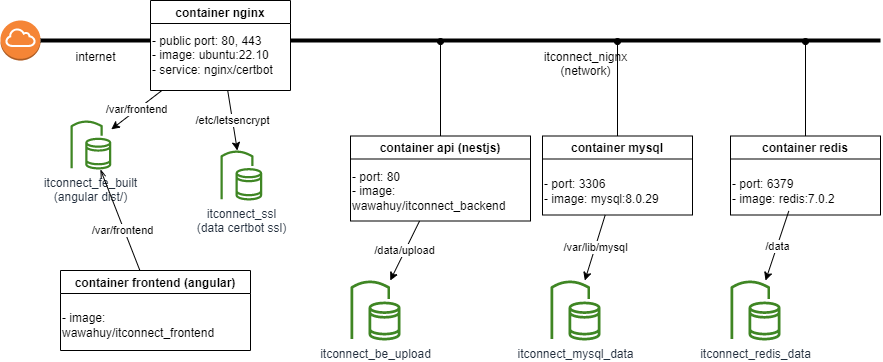
Earlier version of the draw.io export documents/net.png (huytd-it/itconnect.pw). Source tidied: cells renumbered, new cells last; positions are measured from the earlier drawing's top-left corner, leaving out a move shared by most shapes.
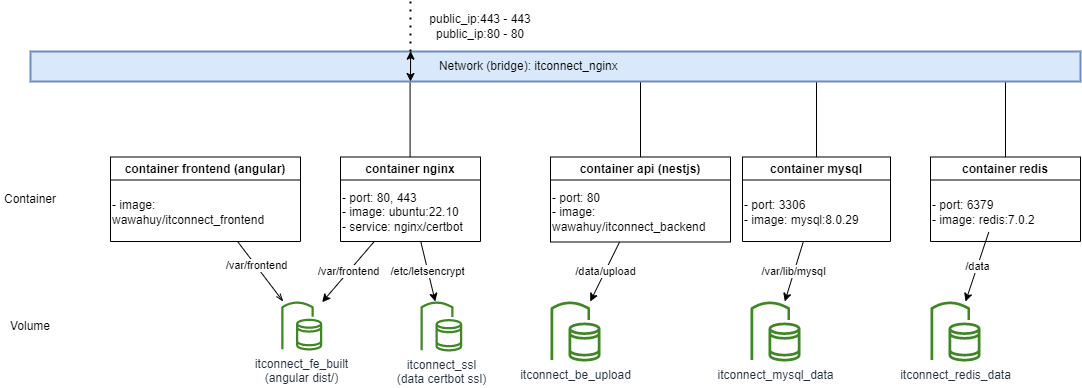
Later version of the same file.

Change to the diagram source:
```diff
@@ -2,38 +2,31 @@
   <root>
     <mxCell id="0" />
     <mxCell id="1" parent="0" />
-    <mxCell id="2" style="dashed=0;verticalLabelPosition=bottom;verticalAlign=top;align=center;html=1;shape=mxgraph.aws3.internet_gateway;fillColor=#F58536;gradientColor=none;" parent="1" vertex="1">
-      <mxGeometry y="20" width="40" height="40" as="geometry" />
-    </mxCell>
     <mxCell id="3" value="itconnect_ssl&lt;br&gt;(data certbot ssl)" style="sketch=0;outlineConnect=0;fontColor=#232F3E;gradientColor=none;fillColor=#3F8624;strokeColor=none;dashed=0;verticalLabelPosition=bottom;verticalAlign=top;align=center;html=1;fontSize=12;fontStyle=0;shape=mxgraph.aws4.volume_gateway;" parent="1" vertex="1">
-      <mxGeometry x="220" y="150" width="41.7" height="50" as="geometry" />
+      <mxGeometry x="220" y="280" width="41.7" height="50" as="geometry" />
     </mxCell>
     <mxCell id="4" value="/etc/letsencrypt" style="edgeStyle=none;rounded=0;jettySize=auto;html=1;" parent="1" edge="1" source="5" target="3">
       <mxGeometry relative="1" as="geometry" />
     </mxCell>
     <mxCell id="5" value="container nginx" style="swimlane;" parent="1" vertex="1">
-      <mxGeometry x="150" width="140" height="90" as="geometry" />
+      <mxGeometry x="140" y="135.5" width="140" height="84.5" as="geometry" />
     </mxCell>
-    <mxCell id="6" value="internet" style="line;strokeWidth=4;html=1;perimeter=backbonePerimeter;" parent="5" vertex="1">
-      <mxGeometry x="-110" y="35" width="110" height="10" as="geometry" />
-    </mxCell>
-    <mxCell id="7" value="- public port: 80, 443&lt;br&gt;- image: ubuntu:22.10&lt;br&gt;- service: nginx/certbot" style="text;html=1;align=left;verticalAlign=middle;strokeColor=none;fillColor=none;" parent="5" vertex="1">
+    <mxCell id="7" value="- port: 80, 443&lt;br&gt;- image: ubuntu:22.10&lt;br&gt;- service: nginx/certbot" style="text;html=1;align=left;verticalAlign=middle;strokeColor=none;fillColor=none;" parent="5" vertex="1">
       <mxGeometry y="25" width="140" height="60" as="geometry" />
     </mxCell>
     <mxCell id="8" value="itconnect_fe_built&lt;br&gt;(angular dist/)" style="sketch=0;outlineConnect=0;fontColor=#232F3E;gradientColor=none;fillColor=#3F8624;strokeColor=none;dashed=0;verticalLabelPosition=bottom;verticalAlign=top;align=center;html=1;fontSize=12;fontStyle=0;shape=mxgraph.aws4.volume_gateway;" parent="1" vertex="1">
-      <mxGeometry x="70" y="120" width="40.8" height="49" as="geometry" />
+      <mxGeometry x="80.8" y="280" width="40.8" height="49" as="geometry" />
     </mxCell>
     <mxCell id="9" value="/var/frontend" style="rounded=0;jettySize=auto;html=1;" parent="1" edge="1" source="5" target="8">
       <mxGeometry relative="1" as="geometry" />
     </mxCell>
-    <mxCell id="10" value="itconnect_nignx&lt;br&gt;(network)" style="line;strokeWidth=4;html=1;perimeter=backbonePerimeter;points=[];outlineConnect=0;" parent="1" vertex="1">
-      <mxGeometry x="290" y="35" width="590" height="10" as="geometry" />
-    </mxCell>
     <mxCell id="11" value="/data/upload" style="edgeStyle=none;rounded=0;jettySize=auto;html=1;" parent="1" edge="1" source="13" target="15">
       <mxGeometry relative="1" as="geometry" />
     </mxCell>
-    <mxCell id="12" style="edgeStyle=none;rounded=0;jettySize=auto;html=1;endArrow=oval;endFill=1;" parent="1" edge="1" source="13" target="10">
-      <mxGeometry relative="1" as="geometry" />
+    <mxCell id="12" style="edgeStyle=none;rounded=0;jettySize=auto;html=1;endArrow=oval;endFill=1;" parent="1" edge="1" source="13">
+      <mxGeometry relative="1" as="geometry">
+        <mxPoint x="440" y="40.9" as="targetPoint" />
+      </mxGeometry>
     </mxCell>
     <mxCell id="13" value="container api (nestjs)" style="swimlane;" parent="1" vertex="1">
       <mxGeometry x="350" y="135.5" width="180" height="85" as="geometry" />
@@ -44,14 +37,16 @@
     <mxCell id="15" value="itconnect_be_upload" style="sketch=0;outlineConnect=0;fontColor=#232F3E;gradientColor=none;fillColor=#3F8624;strokeColor=none;dashed=0;verticalLabelPosition=bottom;verticalAlign=top;align=center;html=1;fontSize=12;fontStyle=0;shape=mxgraph.aws4.volume_gateway;" parent="1" vertex="1">
       <mxGeometry x="350" y="280" width="50" height="60" as="geometry" />
     </mxCell>
-    <mxCell id="16" style="edgeStyle=none;rounded=0;jettySize=auto;html=1;endArrow=oval;endFill=1;" parent="1" edge="1" source="18" target="10">
-      <mxGeometry relative="1" as="geometry" />
+    <mxCell id="16" style="edgeStyle=none;rounded=0;jettySize=auto;html=1;endArrow=oval;endFill=1;" parent="1" edge="1" source="18">
+      <mxGeometry relative="1" as="geometry">
+        <mxPoint x="616" y="40.9" as="targetPoint" />
+      </mxGeometry>
     </mxCell>
     <mxCell id="17" value="/var/lib/mysql" style="edgeStyle=none;rounded=0;jettySize=auto;html=1;endArrow=classic;endFill=1;" parent="1" edge="1" source="18" target="20">
       <mxGeometry relative="1" as="geometry" />
     </mxCell>
     <mxCell id="18" value="container mysql" style="swimlane;" parent="1" vertex="1">
-      <mxGeometry x="542" y="135.5" width="150" height="79" as="geometry" />
+      <mxGeometry x="542" y="135.5" width="148" height="84.5" as="geometry" />
     </mxCell>
     <mxCell id="19" value="- port: 3306&lt;br&gt;- image: mysql:8.0.29" style="text;html=1;align=left;verticalAlign=middle;strokeColor=none;fillColor=none;" parent="18" vertex="1">
       <mxGeometry y="35" width="140" height="40" as="geometry" />
@@ -59,11 +54,13 @@
     <mxCell id="20" value="itconnect_mysql_data" style="sketch=0;outlineConnect=0;fontColor=#232F3E;gradientColor=none;fillColor=#3F8624;strokeColor=none;dashed=0;verticalLabelPosition=bottom;verticalAlign=top;align=center;html=1;fontSize=12;fontStyle=0;shape=mxgraph.aws4.volume_gateway;" parent="1" vertex="1">
       <mxGeometry x="550" y="280" width="50" height="60" as="geometry" />
     </mxCell>
-    <mxCell id="21" style="edgeStyle=none;rounded=0;jettySize=auto;html=1;endArrow=oval;endFill=1;" parent="1" edge="1" source="22" target="10">
-      <mxGeometry relative="1" as="geometry" />
+    <mxCell id="21" style="rounded=0;jettySize=auto;html=1;endArrow=oval;endFill=1;" parent="1" edge="1" source="22">
+      <mxGeometry relative="1" as="geometry">
+        <mxPoint x="805" y="40" as="targetPoint" />
+      </mxGeometry>
     </mxCell>
     <mxCell id="22" value="container redis" style="swimlane;" parent="1" vertex="1">
-      <mxGeometry x="730" y="135.5" width="150" height="79" as="geometry" />
+      <mxGeometry x="730" y="135.5" width="150" height="84.5" as="geometry" />
     </mxCell>
     <mxCell id="23" value="- port: 6379&lt;br&gt;- image: redis:7.0.2" style="text;html=1;align=left;verticalAlign=middle;points=[];strokeColor=none;fillColor=none;" parent="22" vertex="1">
       <mxGeometry y="35" width="130" height="40" as="geometry" />
@@ -83,10 +80,38 @@
       </mxGeometry>
     </mxCell>
     <mxCell id="28" value="container frontend (angular)" style="swimlane;" parent="1" vertex="1">
-      <mxGeometry x="60" y="270" width="190" height="80" as="geometry" />
+      <mxGeometry x="-90" y="135.5" width="190" height="84.5" as="geometry" />
     </mxCell>
     <mxCell id="29" value="- image:&lt;br&gt;wawahuy/itconnect_frontend" style="text;html=1;align=left;verticalAlign=middle;strokeColor=none;fillColor=none;" parent="28" vertex="1">
       <mxGeometry y="35" width="180" height="40" as="geometry" />
     </mxCell>
+    <mxCell id="30" style="edgeStyle=none;rounded=0;orthogonalLoop=1;jettySize=auto;html=1;endArrow=oval;endFill=1;" parent="1" edge="1">
+      <mxGeometry relative="1" as="geometry">
+        <mxPoint x="209.6" y="135.5" as="sourcePoint" />
+        <mxPoint x="209.6" y="41.2" as="targetPoint" />
+      </mxGeometry>
+    </mxCell>
+    <mxCell id="31" value="Volume" style="text;html=1;strokeColor=none;fillColor=none;align=center;verticalAlign=middle;whiteSpace=wrap;rounded=0;dashed=1;" parent="1" vertex="1">
+      <mxGeometry x="-200" y="289.5" width="60" height="30" as="geometry" />
+    </mxCell>
+    <mxCell id="32" value="Container" style="text;html=1;strokeColor=none;fillColor=none;align=center;verticalAlign=middle;whiteSpace=wrap;rounded=0;dashed=1;" parent="1" vertex="1">
+      <mxGeometry x="-200" y="168.2" width="60" height="19.5" as="geometry" />
+    </mxCell>
+    <mxCell id="33" value="Network (bridge): itconnect_nginx&amp;nbsp; &amp;nbsp; &amp;nbsp; &amp;nbsp; &amp;nbsp; &amp;nbsp; &amp;nbsp; &amp;nbsp;&amp;nbsp;" style="rounded=0;whiteSpace=wrap;html=1;strokeWidth=2;fillColor=#dae8fc;strokeColor=#6c8ebf;" parent="1" vertex="1">
+      <mxGeometry x="-170" y="30" width="1050" height="30" as="geometry" />
+    </mxCell>
+    <mxCell id="34" style="endArrow=classic;startArrow=classic;html=1;rounded=0;entryX=0.362;entryY=-0.011;entryDx=0;entryDy=0;entryPerimeter=0;" parent="1" edge="1" target="33">
+      <mxGeometry relative="1" as="geometry">
+        <mxPoint x="210" y="60" as="sourcePoint" />
+      </mxGeometry>
+    </mxCell>
+    <mxCell id="35" style="endArrow=none;dashed=1;html=1;dashPattern=1 3;strokeWidth=2;rounded=0;exitX=0.362;exitY=0;exitDx=0;exitDy=0;exitPerimeter=0;" parent="1" edge="1" source="33">
+      <mxGeometry relative="1" as="geometry">
+        <mxPoint x="210" y="-20" as="targetPoint" />
+      </mxGeometry>
+    </mxCell>
+    <mxCell id="36" value="public_ip:443 - 443&lt;br&gt;public_ip:80 - 80" style="text;html=1;strokeColor=none;fillColor=none;align=center;verticalAlign=middle;whiteSpace=wrap;rounded=0;" parent="1" vertex="1">
+      <mxGeometry x="220" y="-10" width="120" height="30" as="geometry" />
+    </mxCell>
   </root>
 </mxGraphModel>
```
